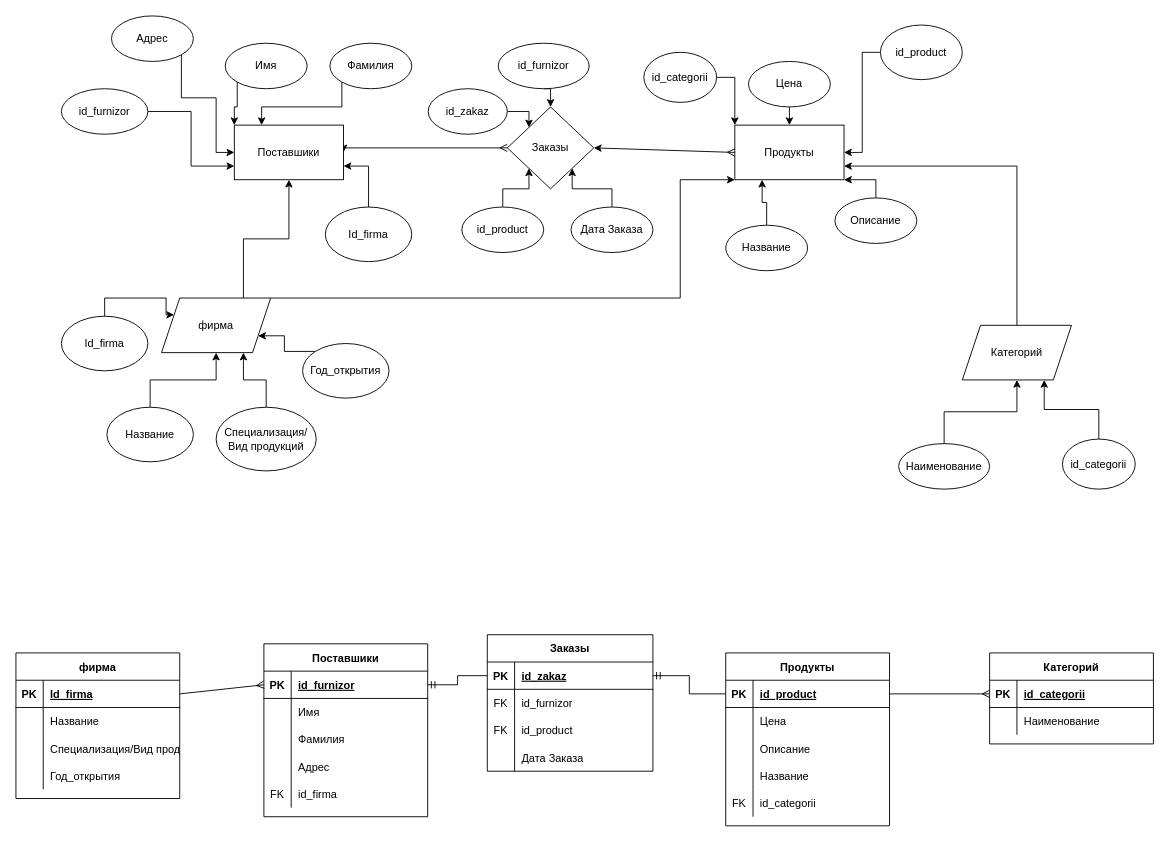
Above: Untitled Diagram.drawio in KoleaRussu/Aplicatii-generice (draw.io), before the change. Source tidied: cells renumbered, new cells numbered last; positions are measured from the earlier drawing's top-left corner, leaving out a move shared by most shapes. Both pictures are drawn from the tidied source at 91%, with x=0, y=0 at pixel (15, 15).
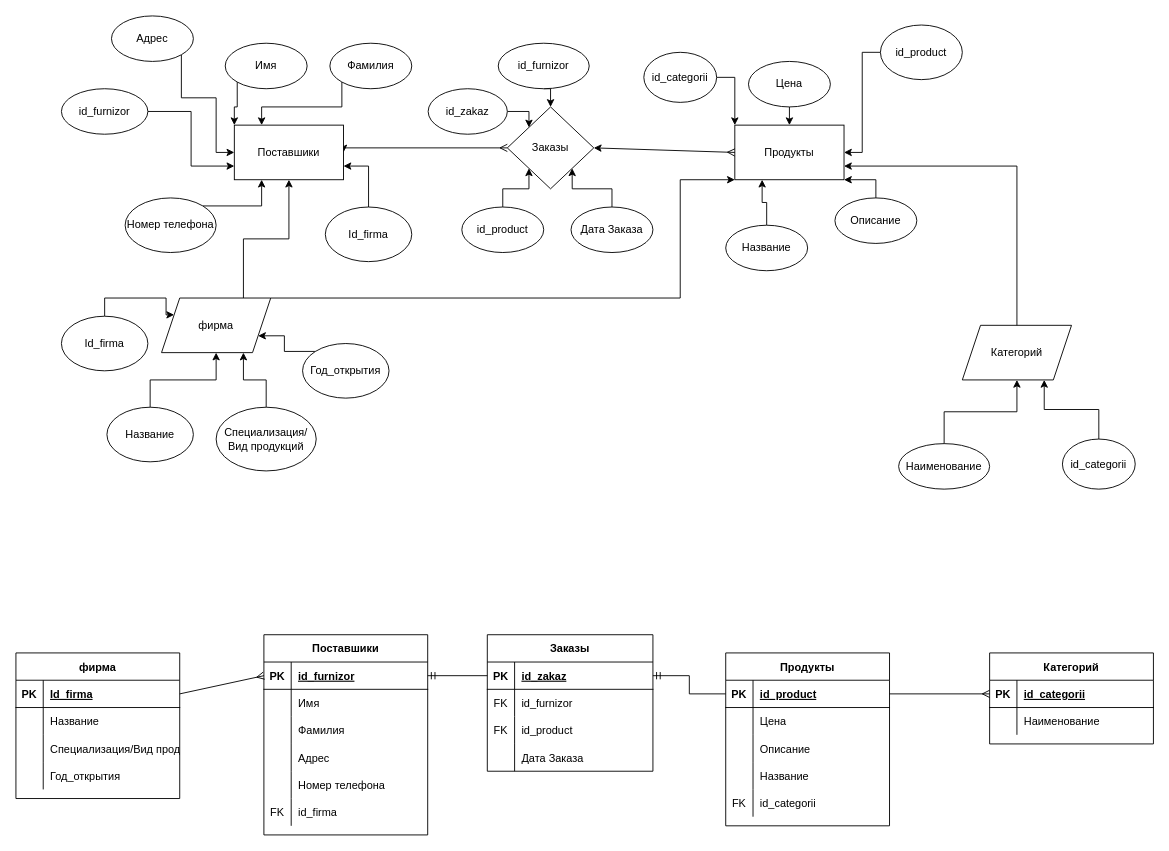
The same page after the edit.

The change refers to these unchanged cells:
```xml
<mxCell id="4" value="Поставшики" style="rounded=0;whiteSpace=wrap;html=1;" parent="1" vertex="1">
  <mxGeometry x="240" y="120" width="120" height="60" as="geometry" />
</mxCell>
```

What changed in the source:
```diff
@@
     <mxCell id="50" value="Поставшики" style="shape=table;startSize=30;childLayout=tableLayout;rowLines=0;fontStyle=1;align=center;" parent="1" vertex="1">
-      <mxGeometry x="272.5" y="690" width="180" height="190" as="geometry" />
+      <mxGeometry x="272.5" y="680" width="180" height="220" as="geometry" />
     </mxCell>
@@
+    <mxCell id="121" style="shape=partialRectangle;fillColor=none;top=0;left=0;bottom=0;right=0;" parent="50" vertex="1">
+      <mxGeometry y="150" width="180" height="30" as="geometry" />
+    </mxCell>
+    <mxCell id="122" style="shape=partialRectangle;fillColor=none;top=0;left=0;bottom=0;right=0;overflow=hidden;" parent="121" vertex="1">
+      <mxGeometry width="30" height="30" as="geometry" />
+    </mxCell>
+    <mxCell id="123" value="Номер телефона" style="shape=partialRectangle;fillColor=none;top=0;left=0;bottom=0;right=0;align=left;spacingLeft=6;overflow=hidden;" parent="121" vertex="1">
+      <mxGeometry x="30" width="150" height="30" as="geometry" />
+    </mxCell>
     <mxCell id="63" style="shape=partialRectangle;fillColor=none;top=0;left=0;bottom=0;right=0;" parent="50" vertex="1">
-      <mxGeometry y="150" width="180" height="30" as="geometry" />
+      <mxGeometry y="180" width="180" height="30" as="geometry" />
     </mxCell>
@@
+    <mxCell id="124" style="edgeStyle=orthogonalEdgeStyle;rounded=0;jettySize=auto;html=1;exitX=1;exitY=0;exitDx=0;exitDy=0;entryX=0.25;entryY=1;entryDx=0;entryDy=0;startArrow=none;startFill=0;endArrow=classic;endFill=1;" parent="1" edge="1" source="125" target="4">
+      <mxGeometry relative="1" as="geometry" />
+    </mxCell>
+    <mxCell id="125" value="Номер телефона" style="ellipse;whiteSpace=wrap;html=1;" parent="1" vertex="1">
+      <mxGeometry x="120" y="200" width="100" height="60" as="geometry" />
+    </mxCell>
```
